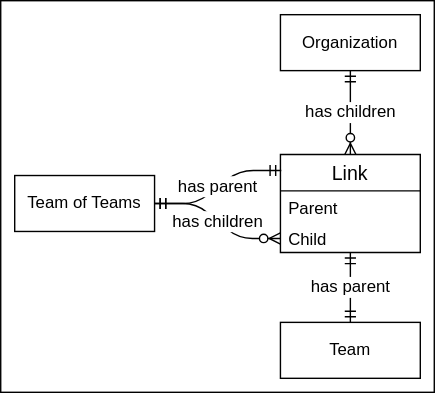
Before: docs/organization-domain-erd.drawio.svg, a diagram exported from draw.io (destacey/Moda). Source tidied: cells renumbered, new cells last; positions are measured from the earlier drawing's top-left corner, leaving out a move shared by most shapes. Source of this version:
```xml
<mxGraphModel>
  <root>
    <mxCell id="0" />
    <mxCell id="1" parent="0" />
    <mxCell id="2" style="rounded=0;whiteSpace=wrap;html=1;" parent="1" vertex="1">
      <mxGeometry width="310" height="280" as="geometry" />
    </mxCell>
    <mxCell id="3" value="has parent" style="fontSize=12;html=1;endArrow=ERmandOne;startArrow=ERmandOne;endFill=0;" parent="1" edge="1" source="5" target="11">
      <mxGeometry relative="1" as="geometry" />
    </mxCell>
    <mxCell id="4" value="Organization" style="whiteSpace=wrap;html=1;align=center;" parent="1" vertex="1">
      <mxGeometry x="200" y="10" width="100" height="40" as="geometry" />
    </mxCell>
    <mxCell id="5" value="Team" style="whiteSpace=wrap;html=1;align=center;" parent="1" vertex="1">
      <mxGeometry x="200" y="230" width="100" height="40" as="geometry" />
    </mxCell>
    <mxCell id="6" value="Team of Teams" style="whiteSpace=wrap;html=1;align=center;" parent="1" vertex="1">
      <mxGeometry x="10" y="125" width="100" height="40" as="geometry" />
    </mxCell>
    <mxCell id="7" value="has children" style="edgeStyle=entityRelationEdgeStyle;fontSize=12;html=1;endArrow=ERzeroToMany;startArrow=ERmandOne;" parent="1" edge="1" source="6" target="11">
      <mxGeometry relative="1" as="geometry" />
    </mxCell>
    <mxCell id="8" value="has children" style="fontSize=12;html=1;endArrow=ERzeroToMany;startArrow=ERmandOne;" parent="1" edge="1" source="4" target="9">
      <mxGeometry relative="1" as="geometry" />
    </mxCell>
    <mxCell id="9" value="Link" style="swimlane;fontStyle=0;horizontal=1;startSize=26;align=center;fontSize=14;" parent="1" vertex="1">
      <mxGeometry x="200" y="110" width="100" height="70" as="geometry" />
    </mxCell>
    <mxCell id="10" value="Parent" style="text;strokeColor=none;fillColor=none;spacingLeft=4;spacingRight=4;overflow=hidden;fontSize=12;verticalAlign=middle;" parent="9" vertex="1">
      <mxGeometry y="26" width="100" height="24" as="geometry" />
    </mxCell>
    <mxCell id="11" value="Child" style="text;strokeColor=none;fillColor=none;spacingLeft=4;spacingRight=4;overflow=hidden;points=[[0,0.5],[1,0.5]];portConstraint=eastwest;fontSize=12;verticalAlign=middle;" parent="9" vertex="1">
      <mxGeometry y="50" width="100" height="20" as="geometry" />
    </mxCell>
    <mxCell id="12" value="has parent" style="fontSize=12;html=1;endArrow=ERmandOne;startArrow=ERmandOne;endFill=0;edgeStyle=entityRelationEdgeStyle;entryX=0.006;entryY=0.163;entryDx=0;entryDy=0;entryPerimeter=0;" parent="1" edge="1" source="6" target="9">
      <mxGeometry relative="1" as="geometry" />
    </mxCell>
  </root>
</mxGraphModel>
```
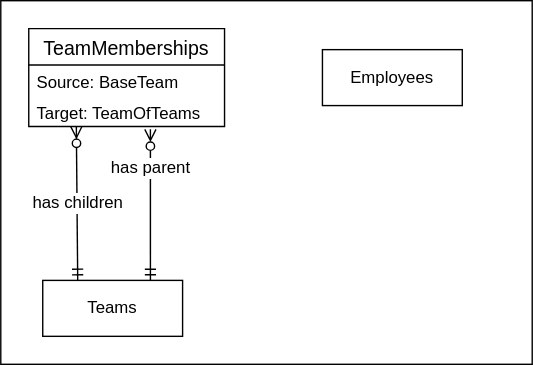
Above is the later version.

The edit, as a diff of the source:
```diff
@@ -3,37 +3,31 @@
     <mxCell id="0" />
     <mxCell id="1" parent="0" />
     <mxCell id="2" style="rounded=0;whiteSpace=wrap;html=1;" parent="1" vertex="1">
-      <mxGeometry width="310" height="280" as="geometry" />
+      <mxGeometry width="380" height="260" as="geometry" />
     </mxCell>
-    <mxCell id="3" value="has parent" style="fontSize=12;html=1;endArrow=ERmandOne;startArrow=ERmandOne;endFill=0;" parent="1" edge="1" source="5" target="11">
-      <mxGeometry relative="1" as="geometry" />
-    </mxCell>
-    <mxCell id="4" value="Organization" style="whiteSpace=wrap;html=1;align=center;" parent="1" vertex="1">
-      <mxGeometry x="200" y="10" width="100" height="40" as="geometry" />
-    </mxCell>
-    <mxCell id="5" value="Team" style="whiteSpace=wrap;html=1;align=center;" parent="1" vertex="1">
-      <mxGeometry x="200" y="230" width="100" height="40" as="geometry" />
+    <mxCell id="5" value="Teams" style="whiteSpace=wrap;html=1;align=center;" parent="1" vertex="1">
+      <mxGeometry x="30" y="200" width="100" height="40" as="geometry" />
     </mxCell>
-    <mxCell id="6" value="Team of Teams" style="whiteSpace=wrap;html=1;align=center;" parent="1" vertex="1">
-      <mxGeometry x="10" y="125" width="100" height="40" as="geometry" />
-    </mxCell>
-    <mxCell id="7" value="has children" style="edgeStyle=entityRelationEdgeStyle;fontSize=12;html=1;endArrow=ERzeroToMany;startArrow=ERmandOne;" parent="1" edge="1" source="6" target="11">
+    <mxCell id="7" value="has children" style="fontSize=12;html=1;endArrow=ERzeroToMany;startArrow=ERmandOne;exitX=0.25;exitY=0;exitDx=0;exitDy=0;entryX=0.243;entryY=1;entryDx=0;entryDy=0;entryPerimeter=0;" parent="1" edge="1" source="5" target="11">
       <mxGeometry relative="1" as="geometry" />
     </mxCell>
-    <mxCell id="8" value="has children" style="fontSize=12;html=1;endArrow=ERzeroToMany;startArrow=ERmandOne;" parent="1" edge="1" source="4" target="9">
-      <mxGeometry relative="1" as="geometry" />
-    </mxCell>
-    <mxCell id="9" value="Link" style="swimlane;fontStyle=0;horizontal=1;startSize=26;align=center;fontSize=14;" parent="1" vertex="1">
-      <mxGeometry x="200" y="110" width="100" height="70" as="geometry" />
+    <mxCell id="9" value="TeamMemberships" style="swimlane;fontStyle=0;horizontal=1;startSize=26;align=center;fontSize=14;" parent="1" vertex="1">
+      <mxGeometry x="20" y="20" width="140" height="70" as="geometry" />
     </mxCell>
-    <mxCell id="10" value="Parent" style="text;strokeColor=none;fillColor=none;spacingLeft=4;spacingRight=4;overflow=hidden;fontSize=12;verticalAlign=middle;" parent="9" vertex="1">
-      <mxGeometry y="26" width="100" height="24" as="geometry" />
+    <mxCell id="10" value="Source: BaseTeam" style="text;strokeColor=none;fillColor=none;spacingLeft=4;spacingRight=4;overflow=hidden;fontSize=12;verticalAlign=middle;" parent="9" vertex="1">
+      <mxGeometry y="26" width="140" height="24" as="geometry" />
     </mxCell>
-    <mxCell id="11" value="Child" style="text;strokeColor=none;fillColor=none;spacingLeft=4;spacingRight=4;overflow=hidden;points=[[0,0.5],[1,0.5]];portConstraint=eastwest;fontSize=12;verticalAlign=middle;" parent="9" vertex="1">
-      <mxGeometry y="50" width="100" height="20" as="geometry" />
+    <mxCell id="11" value="Target: TeamOfTeams" style="text;strokeColor=none;fillColor=none;spacingLeft=4;spacingRight=4;overflow=hidden;points=[[0,0.5],[1,0.5]];portConstraint=eastwest;fontSize=12;verticalAlign=middle;" parent="9" vertex="1">
+      <mxGeometry y="50" width="140" height="20" as="geometry" />
     </mxCell>
-    <mxCell id="12" value="has parent" style="fontSize=12;html=1;endArrow=ERmandOne;startArrow=ERmandOne;endFill=0;edgeStyle=entityRelationEdgeStyle;entryX=0.006;entryY=0.163;entryDx=0;entryDy=0;entryPerimeter=0;" parent="1" edge="1" source="6" target="9">
-      <mxGeometry relative="1" as="geometry" />
+    <mxCell id="12" value="has parent" style="fontSize=12;html=1;endArrow=ERmandOne;startArrow=ERzeroToMany;endFill=0;entryX=0.75;entryY=0;entryDx=0;entryDy=0;exitX=0.607;exitY=1.1;exitDx=0;exitDy=0;exitPerimeter=0;startFill=0;" parent="1" edge="1">
+      <mxGeometry x="-0.48" relative="1" as="geometry">
+        <mxPoint x="107" y="92" as="sourcePoint" />
+        <mxPoint x="107" y="200" as="targetPoint" />
+      </mxGeometry>
     </mxCell>
+    <mxCell id="13" value="Employees" style="whiteSpace=wrap;html=1;align=center;" parent="1" vertex="1">
+      <mxGeometry x="230" y="35" width="100" height="40" as="geometry" />
+    </mxCell>
   </root>
 </mxGraphModel>
```
